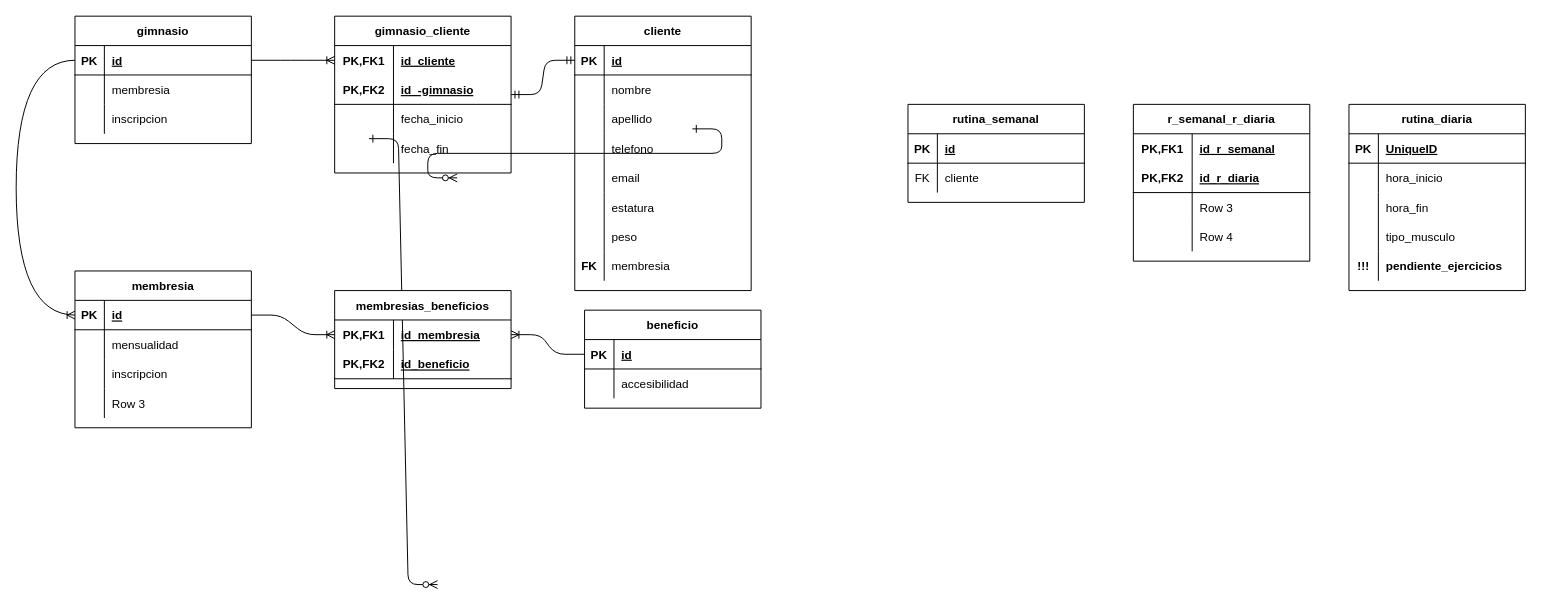
The draw.io diagram Untitled Diagram.drawio in HilmAlex/world, before the edit. Source tidied: cells renumbered, new cells numbered last; positions are measured from the earlier drawing's top-left corner, leaving out a move shared by most shapes. Both pictures are drawn from the tidied source at 98%, with x=0, y=0 at pixel (16, 16).
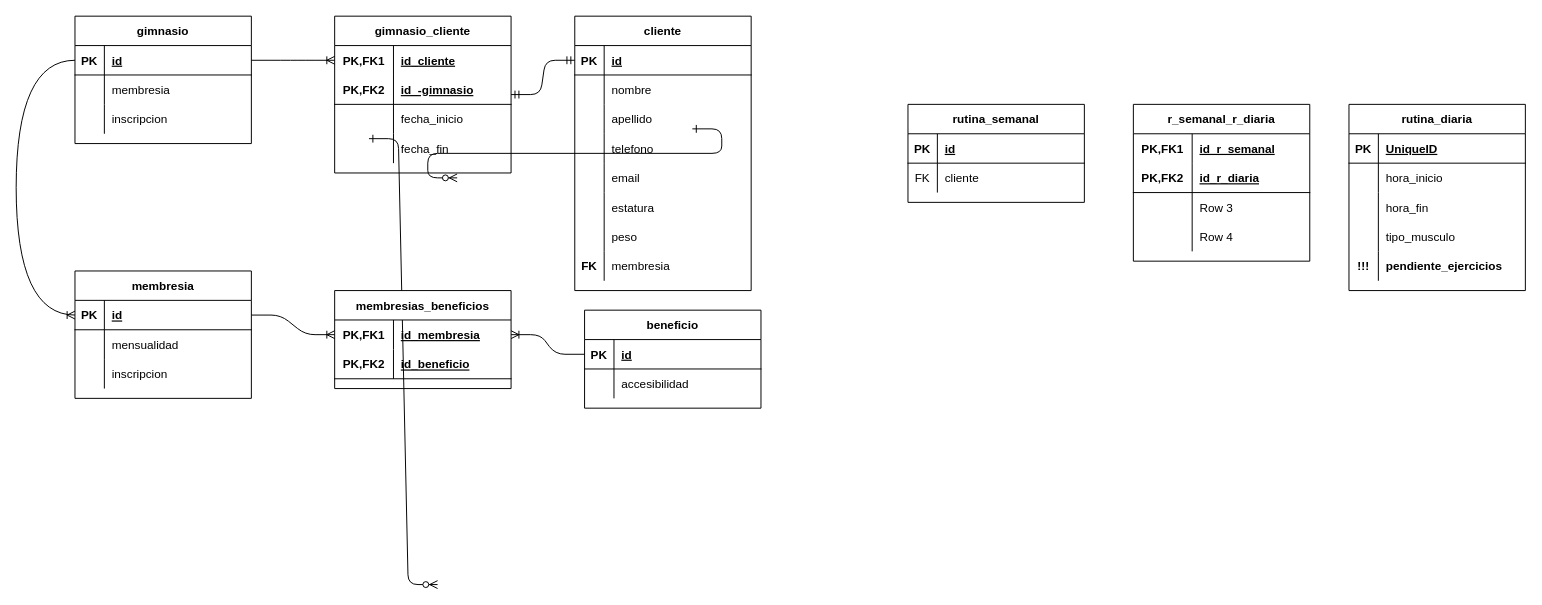
The same diagram, later.

Diff of the diagram source:
```diff
@@
     <mxCell id="77" value="membresia" style="shape=table;startSize=30;childLayout=tableLayout;rowLines=0;fontStyle=1;align=center;" parent="1" vertex="1">
-      <mxGeometry x="60" y="260" width="180" height="160" as="geometry" />
+      <mxGeometry x="60" y="260" width="180" height="130" as="geometry" />
     </mxCell>
@@
-    <mxCell id="87" style="shape=partialRectangle;fillColor=none;top=0;left=0;bottom=0;right=0;" parent="77" vertex="1">
-      <mxGeometry y="120" width="180" height="30" as="geometry" />
-    </mxCell>
-    <mxCell id="88" style="shape=partialRectangle;fillColor=none;top=0;left=0;bottom=0;right=0;overflow=hidden;" parent="87" vertex="1">
-      <mxGeometry width="30" height="30" as="geometry" />
-    </mxCell>
-    <mxCell id="89" value="Row 3" style="shape=partialRectangle;fillColor=none;top=0;left=0;bottom=0;right=0;align=left;spacingLeft=6;overflow=hidden;" parent="87" vertex="1">
-      <mxGeometry x="30" width="150" height="30" as="geometry" />
-    </mxCell>
```
